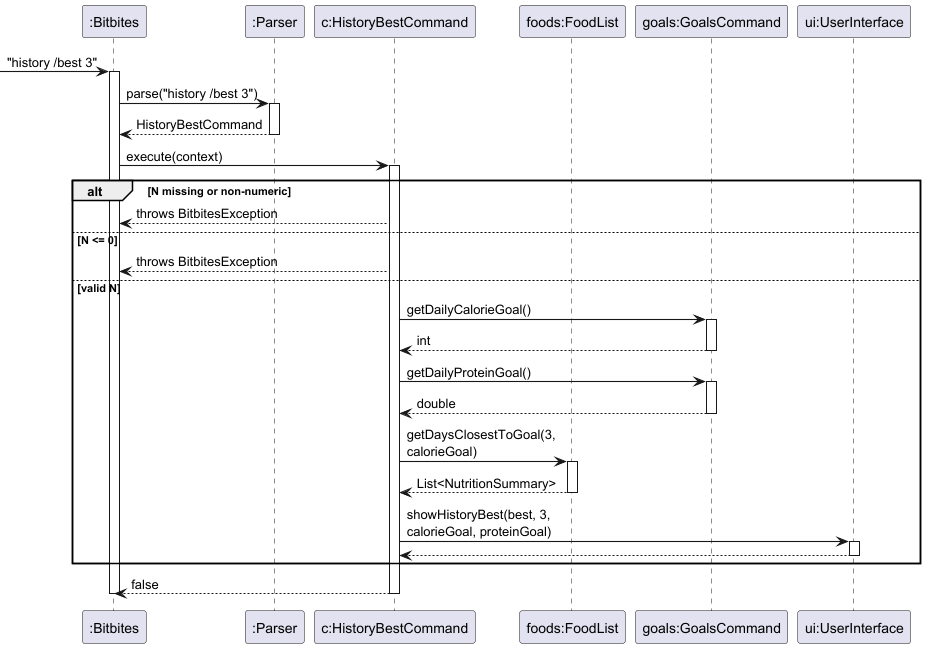
Above: docs/uml/history_best.png in AY2526S2-CS2113-F14-2/tp (PlantUML), before the change. The source it was exported from:
```plantuml
@startuml history_best
skinparam arrowThickness 1.1
skinparam maxMessageSize 150

participant ":Bitbites" as Bitbites
participant ":Parser" as Parser
participant "c:HistoryBestCommand" as Cmd
participant "foods:FoodList" as FoodList
participant "goals:GoalsCommand" as Goals
participant "ui:UserInterface" as UI

-> Bitbites : "history /best 3"
activate Bitbites

Bitbites -> Parser : parse("history /best 3")
activate Parser
Parser --> Bitbites : HistoryBestCommand
deactivate Parser

Bitbites -> Cmd : execute(context)
activate Cmd

alt N missing or non-numeric
    Cmd --> Bitbites : throws BitbitesException
else N <= 0
    Cmd --> Bitbites : throws BitbitesException
else valid N
    Cmd -> Goals : getDailyCalorieGoal()
    activate Goals
    Goals --> Cmd : int
    deactivate Goals

    Cmd -> Goals : getDailyProteinGoal()
    activate Goals
    Goals --> Cmd : double
    deactivate Goals

    Cmd -> FoodList : getDaysClosestToGoal(3, calorieGoal)
    activate FoodList
    FoodList --> Cmd : List<NutritionSummary>
    deactivate FoodList

    Cmd -> UI : showHistoryBest(best, 3, calorieGoal, proteinGoal)
    activate UI
    UI --> Cmd
    deactivate UI
end

Cmd --> Bitbites : false
deactivate Cmd
deactivate Bitbites
@enduml
```
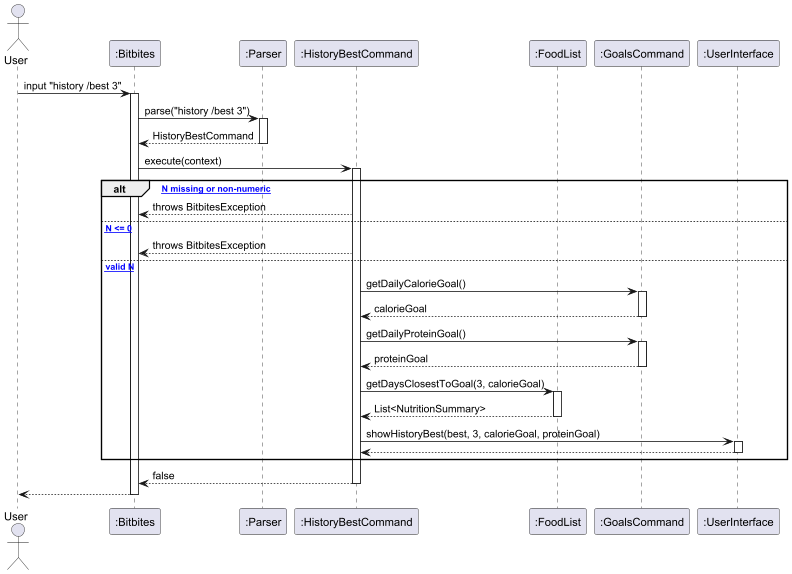
The same file after the commit.

Diff of the diagram source:
```diff
@@ -1,15 +1,13 @@
-@startuml history_best
-skinparam arrowThickness 1.1
-skinparam maxMessageSize 150
-
+@startuml
+actor User
 participant ":Bitbites" as Bitbites
 participant ":Parser" as Parser
-participant "c:HistoryBestCommand" as Cmd
-participant "foods:FoodList" as FoodList
-participant "goals:GoalsCommand" as Goals
-participant "ui:UserInterface" as UI
+participant ":HistoryBestCommand" as HistoryBestCommand
+participant ":FoodList" as FoodList
+participant ":GoalsCommand" as GoalsCommand
+participant ":UserInterface" as UI
 
--> Bitbites : "history /best 3"
+User -> Bitbites : input "history /best 3"
 activate Bitbites
 
 Bitbites -> Parser : parse("history /best 3")
@@ -17,36 +15,38 @@
 Parser --> Bitbites : HistoryBestCommand
 deactivate Parser
 
-Bitbites -> Cmd : execute(context)
-activate Cmd
+Bitbites -> HistoryBestCommand : execute(context)
+activate HistoryBestCommand
 
-alt N missing or non-numeric
-    Cmd --> Bitbites : throws BitbitesException
-else N <= 0
-    Cmd --> Bitbites : throws BitbitesException
-else valid N
-    Cmd -> Goals : getDailyCalorieGoal()
-    activate Goals
-    Goals --> Cmd : int
-    deactivate Goals
+alt [* N missing or non-numeric]
+  HistoryBestCommand --> Bitbites : throws BitbitesException
+else [* N <= 0]
+  HistoryBestCommand --> Bitbites : throws BitbitesException
+else [* valid N]
+  HistoryBestCommand -> GoalsCommand : getDailyCalorieGoal()
+  activate GoalsCommand
+  GoalsCommand --> HistoryBestCommand : calorieGoal
+  deactivate GoalsCommand
 
-    Cmd -> Goals : getDailyProteinGoal()
-    activate Goals
-    Goals --> Cmd : double
-    deactivate Goals
+  HistoryBestCommand -> GoalsCommand : getDailyProteinGoal()
+  activate GoalsCommand
+  GoalsCommand --> HistoryBestCommand : proteinGoal
+  deactivate GoalsCommand
 
-    Cmd -> FoodList : getDaysClosestToGoal(3, calorieGoal)
-    activate FoodList
-    FoodList --> Cmd : List<NutritionSummary>
-    deactivate FoodList
+  HistoryBestCommand -> FoodList : getDaysClosestToGoal(3, calorieGoal)
+  activate FoodList
+  FoodList --> HistoryBestCommand : List<NutritionSummary>
+  deactivate FoodList
 
-    Cmd -> UI : showHistoryBest(best, 3, calorieGoal, proteinGoal)
-    activate UI
-    UI --> Cmd
-    deactivate UI
+  HistoryBestCommand -> UI : showHistoryBest(best, 3, calorieGoal, proteinGoal)
+  activate UI
+  UI --> HistoryBestCommand
+  deactivate UI
 end
 
-Cmd --> Bitbites : false
-deactivate Cmd
+HistoryBestCommand --> Bitbites : false
+deactivate HistoryBestCommand
+
+Bitbites --> User
 deactivate Bitbites
 @enduml
```
